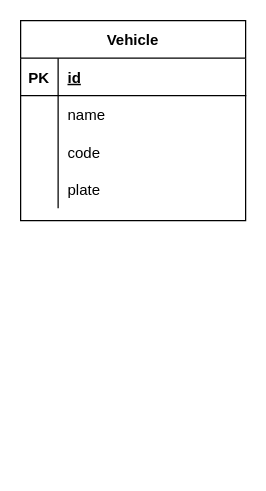
This is 个人研究院/little_car/little_car_db.drawio from wurh/myDesignDoc, a draw.io file, before an edit. Source tidied: cells renumbered, new cells numbered last; positions are measured from the earlier drawing's top-left corner, leaving out a move shared by most shapes. Both pictures are drawn from the tidied source at 125%, with x=0, y=0 at pixel (20, 20).
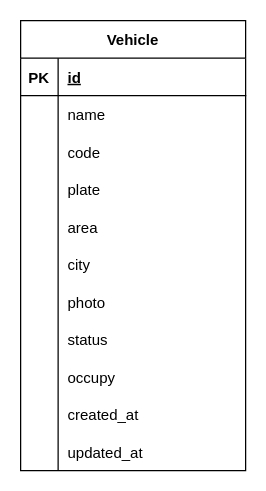
Above is the later version.

Commit message:
【UPD】 update design

update design

Change to the diagram source:
```diff
@@
     <mxCell id="2" value="Vehicle" style="shape=table;startSize=30;childLayout=tableLayout;rowLines=0;fontStyle=1;align=center;" parent="1" vertex="1">
-      <mxGeometry width="180" height="160" as="geometry" />
+      <mxGeometry width="180" height="360" as="geometry" />
     </mxCell>
@@
+    <mxCell id="15" style="shape=partialRectangle;fillColor=none;top=0;left=0;bottom=0;right=0;" parent="2" vertex="1">
+      <mxGeometry y="150" width="180" height="30" as="geometry" />
+    </mxCell>
+    <mxCell id="16" style="shape=partialRectangle;fillColor=none;top=0;left=0;bottom=0;right=0;overflow=hidden;" parent="15" vertex="1">
+      <mxGeometry width="30" height="30" as="geometry" />
+    </mxCell>
+    <mxCell id="17" value="area" style="shape=partialRectangle;fillColor=none;top=0;left=0;bottom=0;right=0;align=left;spacingLeft=6;overflow=hidden;" parent="15" vertex="1">
+      <mxGeometry x="30" width="150" height="30" as="geometry" />
+    </mxCell>
+    <mxCell id="18" style="shape=partialRectangle;fillColor=none;top=0;left=0;bottom=0;right=0;" parent="2" vertex="1">
+      <mxGeometry y="180" width="180" height="30" as="geometry" />
+    </mxCell>
+    <mxCell id="19" style="shape=partialRectangle;fillColor=none;top=0;left=0;bottom=0;right=0;overflow=hidden;" parent="18" vertex="1">
+      <mxGeometry width="30" height="30" as="geometry" />
+    </mxCell>
+    <mxCell id="20" value="city" style="shape=partialRectangle;fillColor=none;top=0;left=0;bottom=0;right=0;align=left;spacingLeft=6;overflow=hidden;" parent="18" vertex="1">
+      <mxGeometry x="30" width="150" height="30" as="geometry" />
+    </mxCell>
+    <mxCell id="21" style="shape=partialRectangle;fillColor=none;top=0;left=0;bottom=0;right=0;" parent="2" vertex="1">
+      <mxGeometry y="210" width="180" height="30" as="geometry" />
+    </mxCell>
+    <mxCell id="22" style="shape=partialRectangle;fillColor=none;top=0;left=0;bottom=0;right=0;overflow=hidden;" parent="21" vertex="1">
+      <mxGeometry width="30" height="30" as="geometry" />
+    </mxCell>
+    <mxCell id="23" value="photo" style="shape=partialRectangle;fillColor=none;top=0;left=0;bottom=0;right=0;align=left;spacingLeft=6;overflow=hidden;" parent="21" vertex="1">
+      <mxGeometry x="30" width="150" height="30" as="geometry" />
+    </mxCell>
+    <mxCell id="24" style="shape=partialRectangle;fillColor=none;top=0;left=0;bottom=0;right=0;" parent="2" vertex="1">
+      <mxGeometry y="240" width="180" height="30" as="geometry" />
+    </mxCell>
+    <mxCell id="25" style="shape=partialRectangle;fillColor=none;top=0;left=0;bottom=0;right=0;overflow=hidden;" parent="24" vertex="1">
+      <mxGeometry width="30" height="30" as="geometry" />
+    </mxCell>
+    <mxCell id="26" value="status" style="shape=partialRectangle;fillColor=none;top=0;left=0;bottom=0;right=0;align=left;spacingLeft=6;overflow=hidden;" parent="24" vertex="1">
+      <mxGeometry x="30" width="150" height="30" as="geometry" />
+    </mxCell>
+    <mxCell id="27" style="shape=partialRectangle;fillColor=none;top=0;left=0;bottom=0;right=0;" parent="2" vertex="1">
+      <mxGeometry y="270" width="180" height="30" as="geometry" />
+    </mxCell>
+    <mxCell id="28" style="shape=partialRectangle;fillColor=none;top=0;left=0;bottom=0;right=0;overflow=hidden;" parent="27" vertex="1">
+      <mxGeometry width="30" height="30" as="geometry" />
+    </mxCell>
+    <mxCell id="29" value="occupy" style="shape=partialRectangle;fillColor=none;top=0;left=0;bottom=0;right=0;align=left;spacingLeft=6;overflow=hidden;" parent="27" vertex="1">
+      <mxGeometry x="30" width="150" height="30" as="geometry" />
+    </mxCell>
+    <mxCell id="30" style="shape=partialRectangle;fillColor=none;top=0;left=0;bottom=0;right=0;" parent="2" vertex="1">
+      <mxGeometry y="300" width="180" height="30" as="geometry" />
+    </mxCell>
+    <mxCell id="31" style="shape=partialRectangle;fillColor=none;top=0;left=0;bottom=0;right=0;overflow=hidden;" parent="30" vertex="1">
+      <mxGeometry width="30" height="30" as="geometry" />
+    </mxCell>
+    <mxCell id="32" value="created_at" style="shape=partialRectangle;fillColor=none;top=0;left=0;bottom=0;right=0;align=left;spacingLeft=6;overflow=hidden;" parent="30" vertex="1">
+      <mxGeometry x="30" width="150" height="30" as="geometry" />
+    </mxCell>
+    <mxCell id="33" style="shape=partialRectangle;fillColor=none;top=0;left=0;bottom=0;right=0;" parent="2" vertex="1">
+      <mxGeometry y="330" width="180" height="30" as="geometry" />
+    </mxCell>
+    <mxCell id="34" style="shape=partialRectangle;fillColor=none;top=0;left=0;bottom=0;right=0;overflow=hidden;" parent="33" vertex="1">
+      <mxGeometry width="30" height="30" as="geometry" />
+    </mxCell>
+    <mxCell id="35" value="updated_at" style="shape=partialRectangle;fillColor=none;top=0;left=0;bottom=0;right=0;align=left;spacingLeft=6;overflow=hidden;" parent="33" vertex="1">
+      <mxGeometry x="30" width="150" height="30" as="geometry" />
+    </mxCell>
```
